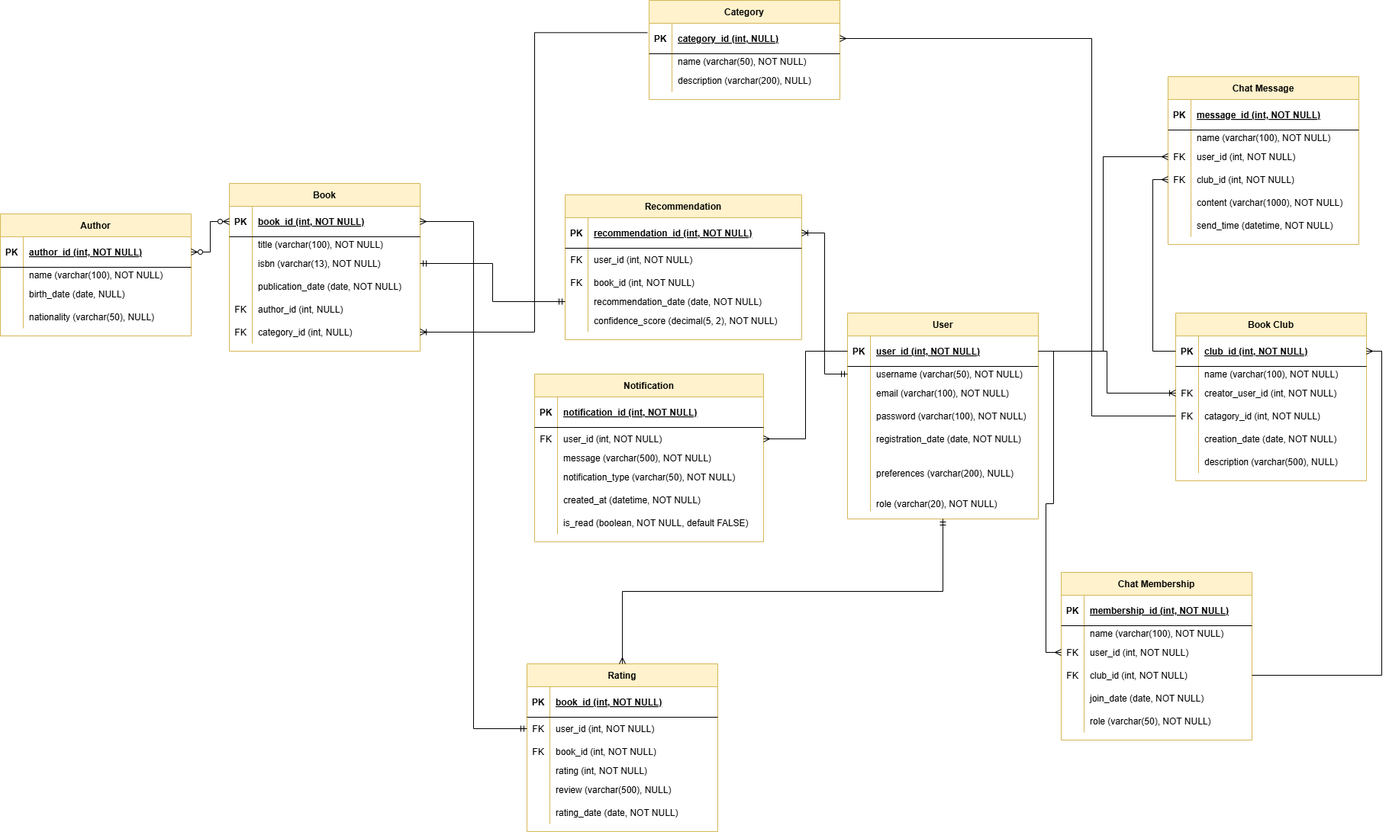
Before: New folder/Untitled Diagram.drawio.png, a diagram exported from draw.io (Kkgenkai/Draw.io). Source tidied: cells renumbered, new cells last; positions are measured from the earlier drawing's top-left corner, leaving out a move shared by most shapes.
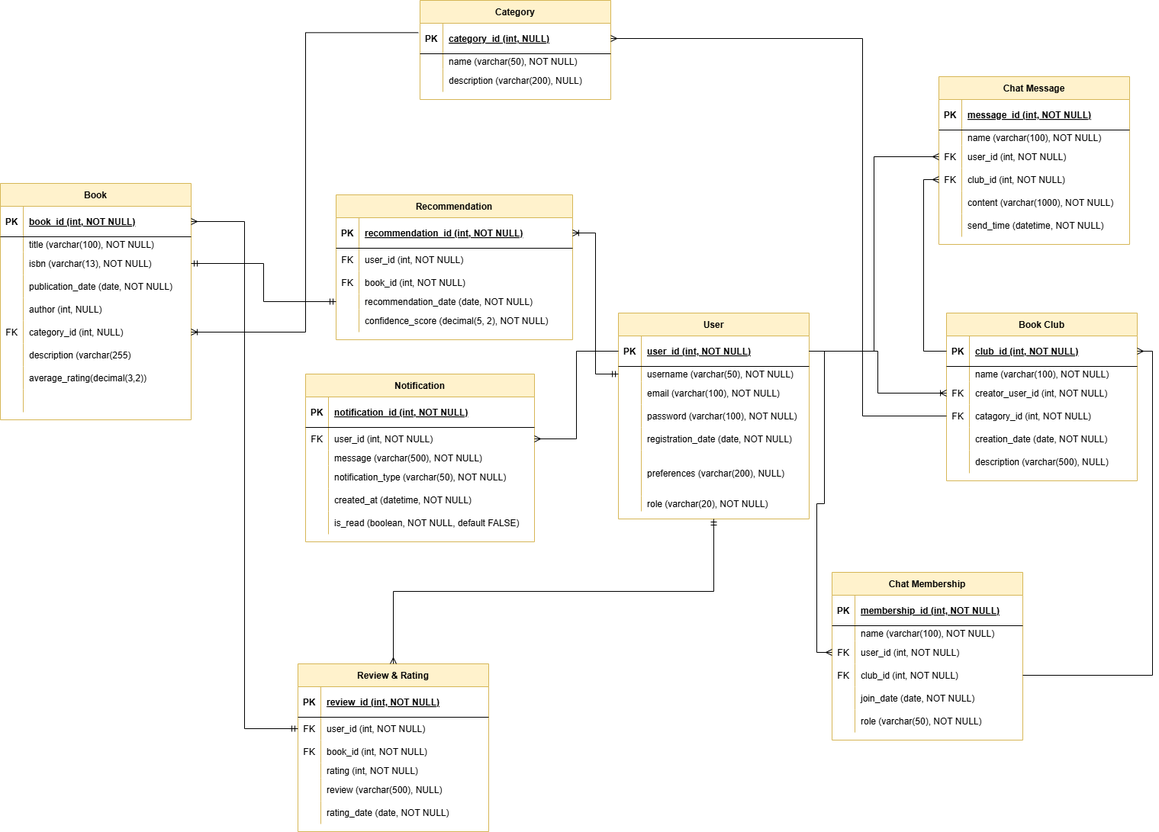
Above is the later version.

Diff of the diagram source:
```diff
@@ -69,7 +69,7 @@
       <mxGeometry x="30" width="220" height="20" as="geometry" />
     </mxCell>
     <mxCell id="24" value="Book" style="shape=table;startSize=30;rowLines=0;fontStyle=1;align=center;fillColor=#fff2cc;strokeColor=#d6b656;" parent="1" vertex="1">
-      <mxGeometry x="300" y="240" width="250" height="220" as="geometry" />
+      <mxGeometry x="300" y="240" width="250" height="310" as="geometry" />
     </mxCell>
     <mxCell id="25" style="shape=partialRectangle;fillColor=none;points=[[0,0.5],[1,0.5]];portConstraint=eastwest;top=0;left=0;right=0;bottom=1;" parent="24" vertex="1">
       <mxGeometry y="30" width="250" height="40" as="geometry" />
@@ -110,10 +110,10 @@
     <mxCell id="37" style="shape=partialRectangle;fillColor=none;top=0;left=0;right=0;bottom=0;" parent="24" vertex="1">
       <mxGeometry y="150" width="250" height="30" as="geometry" />
     </mxCell>
-    <mxCell id="38" value="FK" style="shape=partialRectangle;overflow=hidden;fillColor=none;top=0;left=0;bottom=0;right=0;" parent="37" vertex="1">
+    <mxCell id="38" style="shape=partialRectangle;overflow=hidden;fillColor=none;top=0;left=0;bottom=0;right=0;" parent="37" vertex="1">
       <mxGeometry width="30" height="30" as="geometry" />
     </mxCell>
-    <mxCell id="39" value="author_id (int, NULL)" style="shape=partialRectangle;overflow=hidden;fillColor=none;top=0;left=0;bottom=0;right=0;align=left;spacingLeft=6;" parent="37" vertex="1">
+    <mxCell id="39" value="author (int, NULL)" style="shape=partialRectangle;overflow=hidden;fillColor=none;top=0;left=0;bottom=0;right=0;align=left;spacingLeft=6;" parent="37" vertex="1">
       <mxGeometry x="30" width="220" height="30" as="geometry" />
     </mxCell>
     <mxCell id="40" style="shape=partialRectangle;fillColor=none;points=[[0,0.5],[1,0.5]];portConstraint=eastwest;top=0;left=0;right=0;bottom=0;" parent="24" vertex="1">
@@ -125,45 +125,33 @@
     <mxCell id="42" value="category_id (int, NULL)" style="shape=partialRectangle;overflow=hidden;fillColor=none;top=0;left=0;bottom=0;right=0;align=left;spacingLeft=6;" parent="40" vertex="1">
       <mxGeometry x="30" width="220" height="30" as="geometry" />
     </mxCell>
-    <mxCell id="43" value="Author" style="shape=table;startSize=30;rowLines=0;fontStyle=1;align=center;fillColor=#fff2cc;strokeColor=#d6b656;" parent="1" vertex="1">
-      <mxGeometry y="280" width="250" height="160" as="geometry" />
-    </mxCell>
-    <mxCell id="44" style="shape=partialRectangle;fillColor=none;points=[[0,0.5],[1,0.5]];portConstraint=eastwest;top=0;left=0;right=0;bottom=1;" parent="43" vertex="1">
-      <mxGeometry y="30" width="250" height="40" as="geometry" />
-    </mxCell>
-    <mxCell id="45" value="PK" style="shape=partialRectangle;overflow=hidden;fillColor=none;top=0;left=0;bottom=0;right=0;fontStyle=1;" parent="44" vertex="1">
-      <mxGeometry width="30" height="40" as="geometry" />
-    </mxCell>
-    <mxCell id="46" value="author_id (int, NOT NULL)" style="shape=partialRectangle;overflow=hidden;fillColor=none;top=0;left=0;bottom=0;right=0;align=left;spacingLeft=6;fontStyle=5;" parent="44" vertex="1">
-      <mxGeometry x="30" width="220" height="40" as="geometry" />
-    </mxCell>
-    <mxCell id="47" style="shape=partialRectangle;fillColor=none;top=0;left=0;right=0;bottom=0;" parent="43" vertex="1">
-      <mxGeometry y="70" width="250" height="20" as="geometry" />
-    </mxCell>
-    <mxCell id="48" style="shape=partialRectangle;overflow=hidden;fillColor=none;top=0;left=0;bottom=0;right=0;" parent="47" vertex="1">
-      <mxGeometry width="30" height="20" as="geometry" />
-    </mxCell>
-    <mxCell id="49" value="name (varchar(100), NOT NULL)" style="shape=partialRectangle;overflow=hidden;fillColor=none;top=0;left=0;bottom=0;right=0;align=left;spacingLeft=6;" parent="47" vertex="1">
-      <mxGeometry x="30" width="220" height="20" as="geometry" />
-    </mxCell>
-    <mxCell id="50" style="shape=partialRectangle;fillColor=none;top=0;left=0;right=0;bottom=0;" parent="43" vertex="1">
-      <mxGeometry y="90" width="250" height="30" as="geometry" />
-    </mxCell>
-    <mxCell id="51" style="shape=partialRectangle;overflow=hidden;fillColor=none;top=0;left=0;bottom=0;right=0;" parent="50" vertex="1">
-      <mxGeometry width="30" height="30" as="geometry" />
-    </mxCell>
-    <mxCell id="52" value="birth_date (date, NULL)" style="shape=partialRectangle;overflow=hidden;fillColor=none;top=0;left=0;bottom=0;right=0;align=left;spacingLeft=6;" parent="50" vertex="1">
-      <mxGeometry x="30" width="220" height="30" as="geometry" />
-    </mxCell>
-    <mxCell id="53" style="shape=partialRectangle;fillColor=none;top=0;left=0;right=0;bottom=0;" parent="43" vertex="1">
-      <mxGeometry y="120" width="250" height="30" as="geometry" />
-    </mxCell>
-    <mxCell id="54" style="shape=partialRectangle;overflow=hidden;fillColor=none;top=0;left=0;bottom=0;right=0;" parent="53" vertex="1">
-      <mxGeometry width="30" height="30" as="geometry" />
-    </mxCell>
-    <mxCell id="55" value="nationality (varchar(50), NULL)" style="shape=partialRectangle;overflow=hidden;fillColor=none;top=0;left=0;bottom=0;right=0;align=left;spacingLeft=6;" parent="53" vertex="1">
-      <mxGeometry x="30" width="220" height="30" as="geometry" />
-    </mxCell>
+    <mxCell id="190" style="shape=partialRectangle;fillColor=none;top=0;left=0;right=0;bottom=0;" parent="24" vertex="1">
+      <mxGeometry y="210" width="250" height="30" as="geometry" />
+    </mxCell>
+    <mxCell id="191" style="shape=partialRectangle;overflow=hidden;fillColor=none;top=0;left=0;bottom=0;right=0;" parent="190" vertex="1">
+      <mxGeometry width="30" height="30" as="geometry" />
+    </mxCell>
+    <mxCell id="192" value="description (varchar(255)" style="shape=partialRectangle;overflow=hidden;fillColor=none;top=0;left=0;bottom=0;right=0;align=left;spacingLeft=6;" parent="190" vertex="1">
+      <mxGeometry x="30" width="220" height="30" as="geometry" />
+    </mxCell>
+    <mxCell id="193" style="shape=partialRectangle;fillColor=none;top=0;left=0;right=0;bottom=0;" parent="24" vertex="1">
+      <mxGeometry y="240" width="250" height="30" as="geometry" />
+    </mxCell>
+    <mxCell id="194" style="shape=partialRectangle;overflow=hidden;fillColor=none;top=0;left=0;bottom=0;right=0;" parent="193" vertex="1">
+      <mxGeometry width="30" height="30" as="geometry" />
+    </mxCell>
+    <mxCell id="195" value="average_rating(decimal(3,2))" style="shape=partialRectangle;overflow=hidden;fillColor=none;top=0;left=0;bottom=0;right=0;align=left;spacingLeft=6;" parent="193" vertex="1">
+      <mxGeometry x="30" width="220" height="30" as="geometry" />
+    </mxCell>
+    <mxCell id="196" style="shape=partialRectangle;fillColor=none;top=0;left=0;right=0;bottom=0;" parent="24" vertex="1">
+      <mxGeometry y="270" width="250" height="30" as="geometry" />
+    </mxCell>
+    <mxCell id="197" style="shape=partialRectangle;overflow=hidden;fillColor=none;top=0;left=0;bottom=0;right=0;" parent="196" vertex="1">
+      <mxGeometry width="30" height="30" as="geometry" />
+    </mxCell>
+    <mxCell id="198" style="shape=partialRectangle;overflow=hidden;fillColor=none;top=0;left=0;bottom=0;right=0;align=left;spacingLeft=6;" parent="196" vertex="1">
+      <mxGeometry x="30" width="220" height="30" as="geometry" />
+    </mxCell>
     <mxCell id="56" value="Category" style="shape=table;startSize=30;rowLines=0;fontStyle=1;align=center;fillColor=#fff2cc;strokeColor=#d6b656;" parent="1" vertex="1">
       <mxGeometry x="850" width="250" height="130" as="geometry" />
     </mxCell>
@@ -194,7 +182,7 @@
     <mxCell id="65" value="description (varchar(200), NULL)" style="shape=partialRectangle;overflow=hidden;fillColor=none;top=0;left=0;bottom=0;right=0;align=left;spacingLeft=6;" parent="63" vertex="1">
       <mxGeometry x="30" width="220" height="30" as="geometry" />
     </mxCell>
-    <mxCell id="66" value="Rating" style="shape=table;startSize=30;rowLines=0;fontStyle=1;align=center;fillColor=#fff2cc;strokeColor=#d6b656;" parent="1" vertex="1">
+    <mxCell id="66" value="Review &amp; Rating" style="shape=table;startSize=30;rowLines=0;fontStyle=1;align=center;fillColor=#fff2cc;strokeColor=#d6b656;" parent="1" vertex="1">
       <mxGeometry x="690" y="870" width="250" height="220" as="geometry" />
     </mxCell>
     <mxCell id="67" style="shape=partialRectangle;fillColor=none;top=0;left=0;right=0;bottom=1;" parent="66" vertex="1">
@@ -203,7 +191,7 @@
     <mxCell id="68" value="PK" style="shape=partialRectangle;overflow=hidden;fillColor=none;top=0;left=0;bottom=0;right=0;fontStyle=1;" parent="67" vertex="1">
       <mxGeometry width="30" height="40" as="geometry" />
     </mxCell>
-    <mxCell id="69" value="book_id (int, NOT NULL)" style="shape=partialRectangle;overflow=hidden;fillColor=none;top=0;left=0;bottom=0;right=0;align=left;spacingLeft=6;fontStyle=5;" parent="67" vertex="1">
+    <mxCell id="69" value="review_id (int, NOT NULL)" style="shape=partialRectangle;overflow=hidden;fillColor=none;top=0;left=0;bottom=0;right=0;align=left;spacingLeft=6;fontStyle=5;" parent="67" vertex="1">
       <mxGeometry x="30" width="220" height="40" as="geometry" />
     </mxCell>
     <mxCell id="70" style="shape=partialRectangle;fillColor=none;points=[[0,0.5],[1,0.5]];portConstraint=eastwest;top=0;left=0;right=0;bottom=0;" parent="66" vertex="1">
@@ -311,9 +299,6 @@
     <mxCell id="104" style="edgeStyle=orthogonalEdgeStyle;fontSize=12;html=1;endArrow=ERmandOne;startArrow=ERmandOne;rounded=0;exitX=1;exitY=0.5;exitDx=0;exitDy=0;entryX=0;entryY=0.5;entryDx=0;entryDy=0;" parent="1" edge="1" source="31" target="95">
       <mxGeometry relative="1" as="geometry" />
     </mxCell>
-    <mxCell id="105" style="edgeStyle=orthogonalEdgeStyle;fontSize=12;html=1;endArrow=ERzeroToMany;endFill=1;startArrow=ERzeroToMany;rounded=0;exitX=1;exitY=0.5;exitDx=0;exitDy=0;entryX=0;entryY=0.5;entryDx=0;entryDy=0;" parent="1" edge="1" source="44" target="25">
-      <mxGeometry relative="1" as="geometry" />
-    </mxCell>
     <mxCell id="106" style="edgeStyle=orthogonalEdgeStyle;fontSize=12;html=1;endArrow=ERoneToMany;rounded=0;exitX=-0.009;exitY=0.308;exitDx=0;exitDy=0;entryX=1;entryY=0.5;entryDx=0;entryDy=0;exitPerimeter=0;" parent="1" edge="1" source="57" target="40">
       <mxGeometry relative="1" as="geometry" />
     </mxCell>
```
